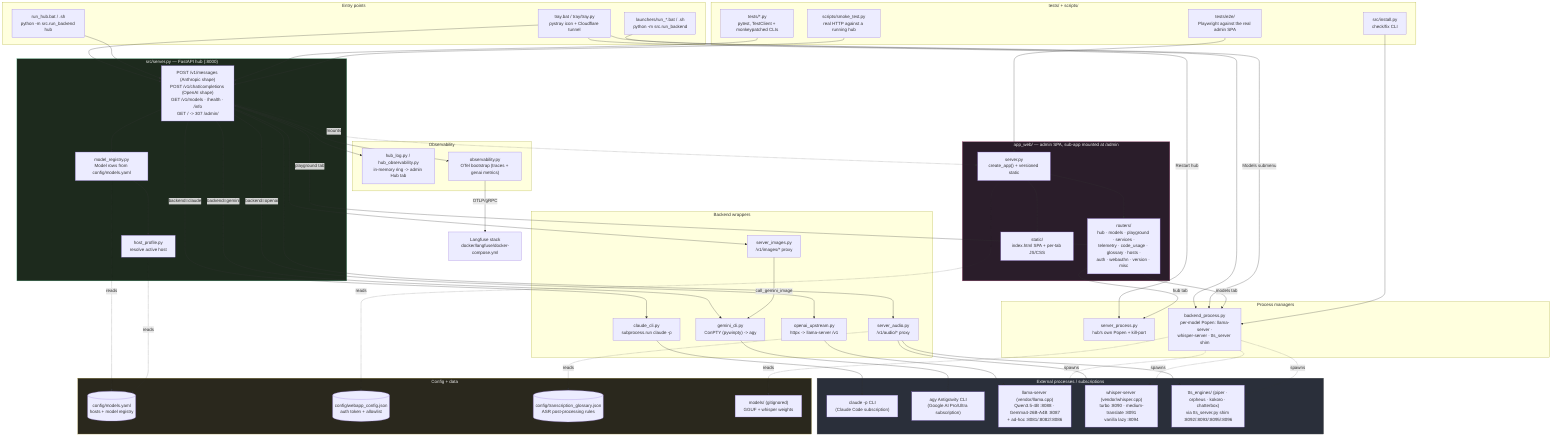
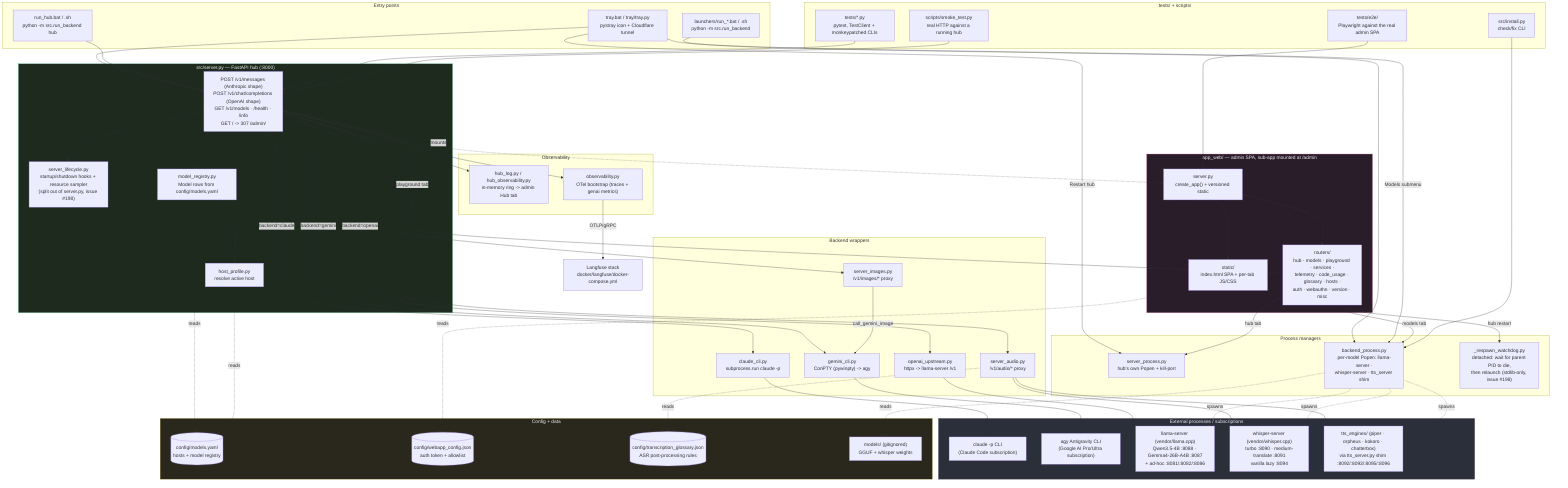
%% docs/architecture.mmd — local-llm-hub's own internal structure.
%% Hand-authored, not generated — companion to the fleet-wide convention in
%% ferraroroberto/fleet-config#256 (see that repo's own docs/architecture.mmd
%% for the reference dogfood). This is deliberately smaller than
%% docs/project-structure.md's three detailed diagrams (component/module/
%% sequence) — it's the one-glance map; project-structure.md stays the deep
%% reference. Update this diagram in the same PR as any material structural
%% change (a backend added/removed, a router moved, a process manager
%% relocated) — same anti-staleness contract as this repo's own `.fleet.toml`
%% `description` field.

flowchart TB
  subgraph entry["Entry points"]
    TRAY["tray.bat / tray/tray.py\npystray icon + Cloudflare tunnel"]
    RUNHUB["run_hub.bat / .sh\npython -m src.run_backend hub"]
    RUNMODEL["launchers/run_*.bat / .sh\npython -m src.run_backend <model_id>"]
  end

  subgraph core["src/server.py — FastAPI hub (:8000)"]
    SRV["POST /v1/messages (Anthropic shape)\nPOST /v1/chat/completions (OpenAI shape)\nGET /v1/models · /health · /info\nGET / -> 307 /admin/"]
+     LIFECYCLE["server_lifecycle.py\nstartup/shutdown hooks + resource sampler\n(split out of server.py, issue #198)"]
    REG["model_registry.py\nModel rows from config/models.yaml"]
    HOSTP["host_profile.py\nresolve active host"]
  end
  TRAY --> SRV
  RUNHUB --> SRV
+   SRV --> LIFECYCLE
  SRV --> REG
  REG --> HOSTP

  subgraph routing["Backend wrappers"]
    CLAUDECLI["claude_cli.py\nsubprocess.run claude -p"]
    GEMINICLI["gemini_cli.py\nConPTY (pywinpty) -> agy"]
    OAIUP["openai_upstream.py\nhttpx -> llama-server /v1"]
    AUDIOR["server_audio.py\n/v1/audio/* proxy"]
    IMAGESR["server_images.py\n/v1/images/* proxy"]
  end
  SRV -->|backend=claude| CLAUDECLI
  SRV -->|backend=gemini| GEMINICLI
  SRV -->|backend=openai| OAIUP
  SRV --> AUDIOR
  SRV --> IMAGESR
  IMAGESR -->|call_gemini_image| GEMINICLI

  subgraph procmgr["Process managers"]
    SERVPROC["server_process.py\nhub's own Popen + kill-port"]
    BACKPROC["backend_process.py\nper-model Popen: llama-server ·\nwhisper-server · tts_server shim"]
+     WATCHDOG["_respawn_watchdog.py\ndetached: wait for parent PID to die,\nthen relaunch (stdlib-only, issue #198)"]
  end
  RUNMODEL --> BACKPROC
  TRAY -->|Models submenu| BACKPROC
  TRAY -->|Restart hub| SERVPROC

  subgraph ext["External processes / subscriptions"]
    CLAUDEBIN["claude -p CLI\n(Claude Code subscription)"]
    AGYBIN["agy Antigravity CLI\n(Google AI Pro/Ultra subscription)"]
    LLAMA["llama-server (vendor/llama.cpp)\nQwen3.5-4B :8088 · Gemma4-26B-A4B :8087\n+ ad-hoc :8081/:8082/:8086"]
    WHISPER["whisper-server (vendor/whisper.cpp)\nturbo :8090 · medium-translate :8091\nvanilla lazy :8094"]
    TTS["tts_engines/ (piper · orpheus · kokoro · chatterbox)\nvia tts_server.py shim :8092/:8093/:8095/:8096"]
  end
  CLAUDECLI --> CLAUDEBIN
  GEMINICLI --> AGYBIN
  OAIUP --> LLAMA
  AUDIOR --> WHISPER
  AUDIOR --> TTS
  BACKPROC -.spawns.-> LLAMA
  BACKPROC -.spawns.-> WHISPER
  BACKPROC -.spawns.-> TTS

  subgraph admin["app_web/ — admin SPA, sub-app mounted at /admin"]
    WSRV["server.py\ncreate_app() + versioned static"]
    WROUT["routers/\nhub · models · playground · services ·\ntelemetry · code_usage · glossary · hosts ·\nauth · webauthn · version · misc"]
    WSTATIC["static/\nindex.html SPA + per-tab JS/CSS"]
  end
  SRV -.mounts.-> WSRV
  WSRV --> WROUT
  WSRV --> WSTATIC
  WROUT -->|hub tab| SERVPROC
+   WROUT -->|hub restart| WATCHDOG
  WROUT -->|models tab| BACKPROC
  WROUT -->|playground tab| SRV

  subgraph obs["Observability"]
    HUBLOG["hub_log.py / hub_observability.py\nin-memory ring -> admin Hub tab"]
    OTEL["observability.py\nOTel bootstrap (traces + genai metrics)"]
  end
  SRV --> HUBLOG
  SRV --> OTEL
  OTEL -->|OTLP/gRPC| LANGFUSE["Langfuse stack\ndocker/langfuse/docker-compose.yml"]

  subgraph cfg["Config + data"]
    MODELSYAML[("config/models.yaml\nhosts + model registry")]
    WEBCFG[("config/webapp_config.json\nauth token + allowlist")]
    GLOSSARY[("config/transcription_glossary.json\nASR post-processing rules")]
    MODELSDIR["models/ (gitignored)\nGGUF + whisper weights"]
  end
  REG -.reads.-> MODELSYAML
  HOSTP -.reads.-> MODELSYAML
  WSRV -.reads.-> WEBCFG
  AUDIOR -.reads.-> GLOSSARY
  BACKPROC -.reads.-> MODELSDIR

  subgraph tests["tests/ + scripts/"]
    UNITTESTS["tests/*.py\npytest, TestClient + monkeypatched CLIs"]
    E2E["tests/e2e/\nPlaywright against the real admin SPA"]
    SMOKE["scripts/smoke_test.py\nreal HTTP against a running hub"]
    INSTALL["src/install.py\ncheck/fix CLI"]
  end
  UNITTESTS --> SRV
  E2E --> WSRV
  SMOKE --> SRV
  INSTALL --> BACKPROC

  classDef ext fill:#2a2f3a,stroke:#555,color:#eee
  classDef hub fill:#1d2a1d,stroke:#4a7,color:#eee
  classDef ui fill:#2a1d2a,stroke:#a47,color:#eee
  classDef cfgnode fill:#2a281d,stroke:#a94,color:#eee
  class ext ext
  class core hub
  class admin ui
  class cfg cfgnode
